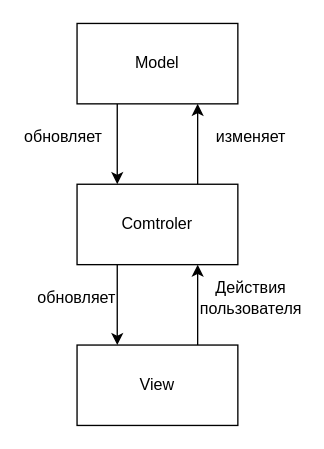
This is page "MVC" (1 of 3) of src/Architectural.drawio from NikitaFoshch/UML, a draw.io file, before an edit. Source tidied: cells renumbered, new cells numbered last; positions are measured from the earlier drawing's top-left corner, leaving out a move shared by most shapes. Both pictures are drawn from the tidied source at 134%, with x=0, y=0 at pixel (23, 23).
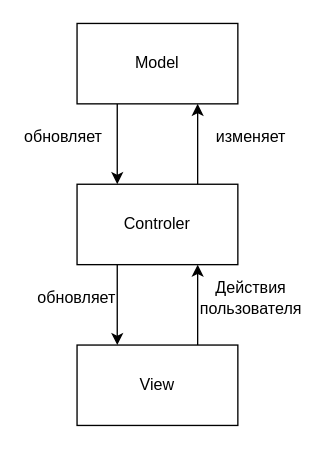
The same page after the edit.

The edit, as a diff of the source:
```diff
@@
 <mxGraphModel>
   <root>
     <mxCell id="0" />
     <mxCell id="1" parent="0" />
     <mxCell id="2" style="edgeStyle=orthogonalEdgeStyle;rounded=0;jettySize=auto;html=1;exitX=0.25;exitY=1;exitDx=0;exitDy=0;entryX=0.25;entryY=0;entryDx=0;entryDy=0;" parent="1" edge="1" source="3" target="6">
       <mxGeometry relative="1" as="geometry" />
     </mxCell>
     <mxCell id="3" value="Model" style="rounded=0;whiteSpace=wrap;html=1;" parent="1" vertex="1">
       <mxGeometry x="40" width="120" height="60" as="geometry" />
     </mxCell>
     <mxCell id="4" style="edgeStyle=orthogonalEdgeStyle;rounded=0;jettySize=auto;html=1;exitX=0.25;exitY=1;exitDx=0;exitDy=0;entryX=0.25;entryY=0;entryDx=0;entryDy=0;" parent="1" edge="1" source="6" target="8">
       <mxGeometry relative="1" as="geometry" />
     </mxCell>
     <mxCell id="5" style="edgeStyle=orthogonalEdgeStyle;rounded=0;jettySize=auto;html=1;exitX=0.75;exitY=0;exitDx=0;exitDy=0;entryX=0.75;entryY=1;entryDx=0;entryDy=0;" parent="1" edge="1" source="6" target="3">
       <mxGeometry relative="1" as="geometry" />
     </mxCell>
-    <mxCell id="6" value="Comtroler" style="rounded=0;whiteSpace=wrap;html=1;" parent="1" vertex="1">
+    <mxCell id="6" value="Controler" style="rounded=0;whiteSpace=wrap;html=1;" parent="1" vertex="1">
       <mxGeometry x="40" y="120" width="120" height="60" as="geometry" />
     </mxCell>
     <mxCell id="7" style="edgeStyle=orthogonalEdgeStyle;rounded=0;jettySize=auto;html=1;exitX=0.75;exitY=0;exitDx=0;exitDy=0;entryX=0.75;entryY=1;entryDx=0;entryDy=0;" parent="1" edge="1" source="8" target="6">
       <mxGeometry relative="1" as="geometry" />
     </mxCell>
     <mxCell id="8" value="View" style="rounded=0;whiteSpace=wrap;html=1;" parent="1" vertex="1">
       <mxGeometry x="40" y="240" width="120" height="60" as="geometry" />
     </mxCell>
     <mxCell id="9" value="Действия пользователя" style="text;html=1;strokeColor=none;fillColor=none;align=center;verticalAlign=middle;whiteSpace=wrap;rounded=0;" parent="1" vertex="1">
       <mxGeometry x="140" y="190" width="60" height="30" as="geometry" />
     </mxCell>
     <mxCell id="10" value="изменяет" style="text;html=1;strokeColor=none;fillColor=none;align=center;verticalAlign=middle;whiteSpace=wrap;rounded=0;" parent="1" vertex="1">
       <mxGeometry x="140" y="70" width="60" height="30" as="geometry" />
     </mxCell>
     <mxCell id="11" value="обновляет" style="text;html=1;strokeColor=none;fillColor=none;align=center;verticalAlign=middle;whiteSpace=wrap;rounded=0;" parent="1" vertex="1">
       <mxGeometry y="70" width="60" height="30" as="geometry" />
     </mxCell>
     <mxCell id="12" value="обновляет" style="text;html=1;strokeColor=none;fillColor=none;align=center;verticalAlign=middle;whiteSpace=wrap;rounded=0;" parent="1" vertex="1">
       <mxGeometry x="10" y="190" width="60" height="30" as="geometry" />
     </mxCell>
   </root>
 </mxGraphModel>
```
